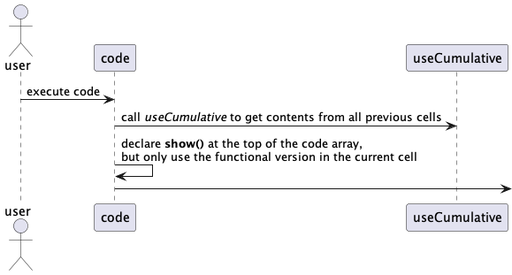
bsorrentino/js-notebook keeps this PlantUML diagram as diagrams/code-process.png. Above is the earlier version. The source it was exported from:
```plantuml
@startuml code-process



actor user


user -> code : execute code

code -> useCumulative : call <i>useCumulative</i> to get contents from all previous cells

code -> code : declare <b>show()</b> at the top of the code array,\nbut only use the functional version in the current cell

code ->
@enduml
```
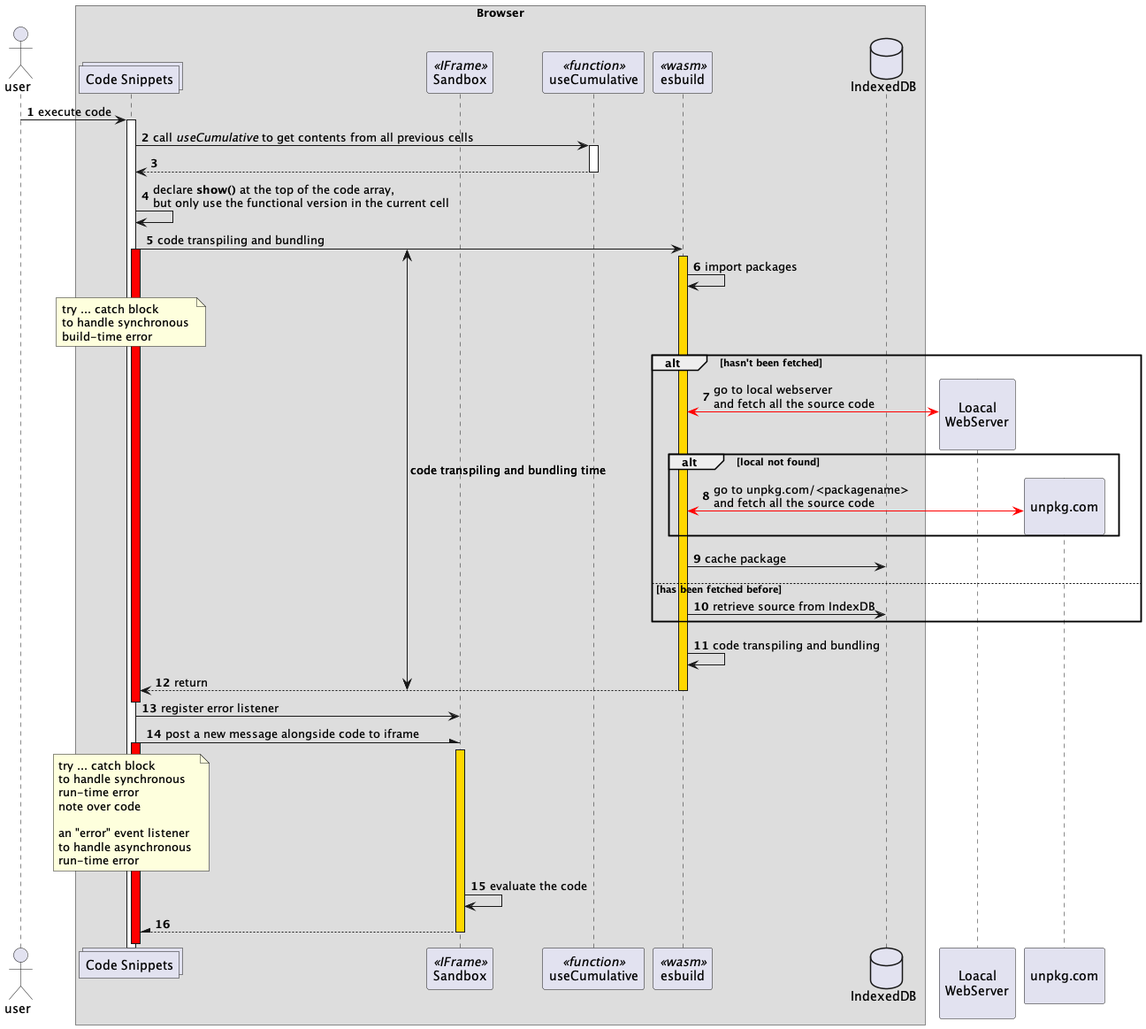
After the commit.

Diff of the diagram source:
```diff
@@ -1,15 +1,84 @@
 @startuml code-process
+!pragma teoz true
 
+!pragma teoz true
 
-
+autonumber
 actor user
 
+box Browser
+collections "Code Snippets" as code
+participant Sandbox  as sandbox <<IFrame>>
+participant useCumulative as useCumulative <<function>>
+participant esbuild as esbuild <<wasm>>
+database IndexedDB
+end box
+participant "\nLoacal\nWebServer\n" as server
+participant "\nunpkg.com\n" as unpkg
 
 user -> code : execute code
+activate code
 
 code -> useCumulative : call <i>useCumulative</i> to get contents from all previous cells
+activate useCumulative
+return
 
 code -> code : declare <b>show()</b> at the top of the code array,\nbut only use the functional version in the current cell
 
-code ->
+
+{start} code -> esbuild : code transpiling and bundling
+activate code #red
+activate esbuild #gold
+
+esbuild -> esbuild : import packages
+
+
+note over code
+try ... catch block
+to handle synchronous
+build-time error
+end note
+
+alt hasn't been fetched
+
+    esbuild <[#red]-> server ** : go to local webserver\nand fetch all the source code
+    alt local not found
+        esbuild <[#red]-> unpkg ** : go to unpkg.com/<packagename>\nand fetch all the source code
+    end
+    esbuild -> IndexedDB : cache package
+
+else has been fetched before
+
+    esbuild -> IndexedDB : retrieve source from IndexDB
+
+end
+
+esbuild -> esbuild : code transpiling and bundling
+
+{end} esbuild --> code : return
+deactivate esbuild
+{start} <-> {end} : code transpiling and bundling time
+deactivate code
+
+code -> sandbox : register error listener
+code -\ sandbox : post a new message alongside code to iframe
+
+activate code #red
+activate sandbox #gold
+
+note over code
+try ... catch block
+to handle synchronous
+run-time error
+note over code
+
+an "error" event listener
+to handle asynchronous
+run-time error
+end note
+
+sandbox -> sandbox : evaluate the code
+return
+deactivate code
+
 @enduml
```
